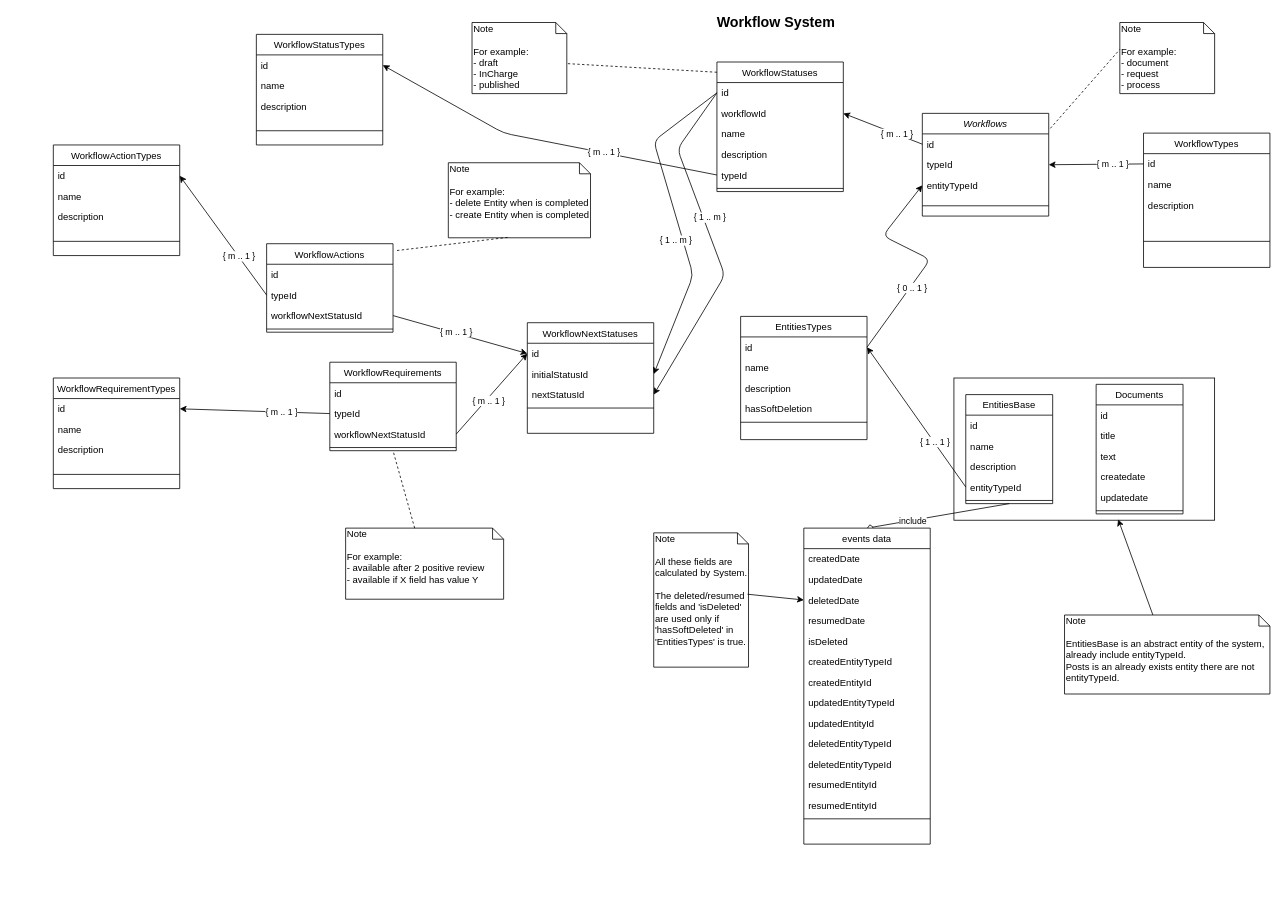
Before: Project/Diagrams/WorkflowSystem.drawio in Magicianred/WorkflowSystem, a draw.io diagram. Source tidied: cells renumbered, new cells numbered last; positions are measured from the earlier drawing's top-left corner, leaving out a move shared by most shapes. Both pictures are drawn from the tidied source at 79%, with x=0, y=0 at pixel (53, 14).
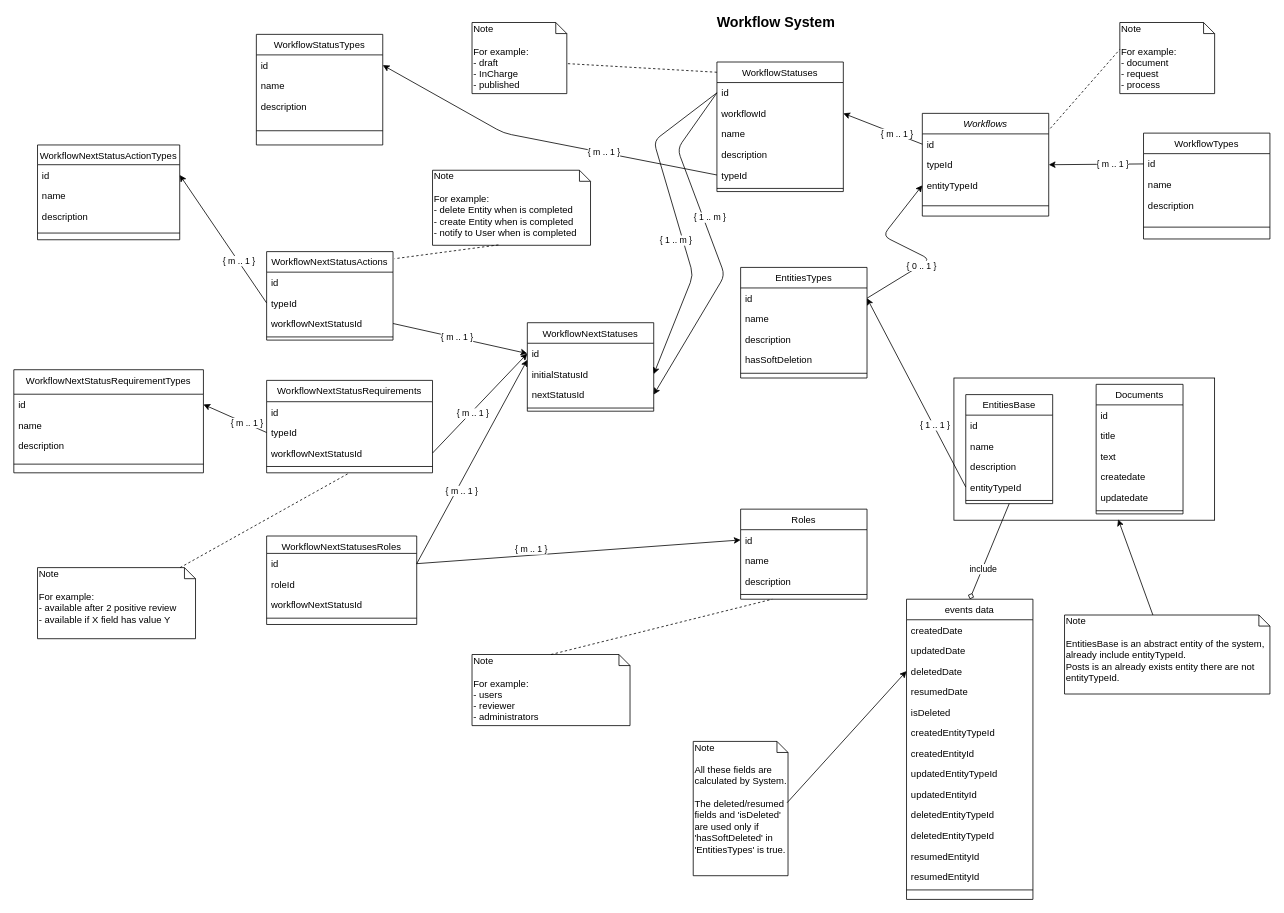
Above is the later version.

Unchanged cells that the change refers to:
```xml
<mxCell id="14" value="id" style="text;align=left;verticalAlign=top;spacingLeft=4;spacingRight=4;overflow=hidden;points=[[0,0.5],[1,0.5]];portConstraint=eastwest;" parent="13" vertex="1">
  <mxGeometry y="26" width="160" height="26" as="geometry" />
</mxCell>
<mxCell id="28" value="typeId" style="text;align=left;verticalAlign=top;spacingLeft=4;spacingRight=4;overflow=hidden;points=[[0,0.5],[1,0.5]];portConstraint=eastwest;rounded=0;shadow=0;html=0;" parent="23" vertex="1">
  <mxGeometry y="130" width="160" height="26" as="geometry" />
</mxCell>
<mxCell id="62" value="id" style="text;align=left;verticalAlign=top;spacingLeft=4;spacingRight=4;overflow=hidden;points=[[0,0.5],[1,0.5]];portConstraint=eastwest;" parent="61" vertex="1">
  <mxGeometry y="26" width="160" height="26" as="geometry" />
</mxCell>
<mxCell id="102" value="typeId" style="text;align=left;verticalAlign=top;spacingLeft=4;spacingRight=4;overflow=hidden;points=[[0,0.5],[1,0.5]];portConstraint=eastwest;rounded=0;shadow=0;html=0;" parent="100" vertex="1">
  <mxGeometry y="52" width="160" height="26" as="geometry" />
</mxCell>
```

Diff of the diagram source:
```diff
@@
     <mxCell id="8" value="WorkflowTypes" style="swimlane;fontStyle=0;align=center;verticalAlign=top;horizontal=1;startSize=26;rounded=0;shadow=0;strokeWidth=1;" parent="1" vertex="1">
-      <mxGeometry x="1380" y="150" width="160" height="170" as="geometry" />
+      <mxGeometry x="1380" y="150" width="160" height="134" as="geometry" />
     </mxCell>
@@
     <mxCell id="12" style="line;html=1;strokeWidth=1;align=left;verticalAlign=middle;spacingTop=-1;spacingLeft=3;spacingRight=3;labelPosition=right;" parent="8" vertex="1">
-      <mxGeometry y="104" width="160" height="66" as="geometry" />
+      <mxGeometry y="104" width="160" height="30" as="geometry" />
     </mxCell>
@@
-    <mxCell id="18" value="WorkflowActionTypes" style="swimlane;fontStyle=0;align=center;verticalAlign=top;horizontal=1;startSize=26;rounded=0;shadow=0;strokeWidth=1;" parent="1" vertex="1">
-      <mxGeometry y="165" width="160" height="140" as="geometry" />
+    <mxCell id="18" value="WorkflowNextStatusActionTypes" style="swimlane;fontStyle=0;align=center;verticalAlign=top;horizontal=1;startSize=25;rounded=0;shadow=0;strokeWidth=1;" parent="1" vertex="1">
+      <mxGeometry x="-20" y="165" width="180" height="120" as="geometry" />
     </mxCell>
     <mxCell id="19" value="id" style="text;align=left;verticalAlign=top;spacingLeft=4;spacingRight=4;overflow=hidden;points=[[0,0.5],[1,0.5]];portConstraint=eastwest;" parent="18" vertex="1">
-      <mxGeometry y="26" width="160" height="26" as="geometry" />
+      <mxGeometry y="25" width="180" height="26" as="geometry" />
     </mxCell>
     <mxCell id="20" value="name" style="text;align=left;verticalAlign=top;spacingLeft=4;spacingRight=4;overflow=hidden;rounded=0;shadow=0;html=0;" parent="18" vertex="1">
-      <mxGeometry y="52" width="160" height="26" as="geometry" />
+      <mxGeometry y="51" width="180" height="26" as="geometry" />
     </mxCell>
     <mxCell id="21" value="description" style="text;align=left;verticalAlign=top;spacingLeft=4;spacingRight=4;overflow=hidden;rounded=0;shadow=0;html=0;" parent="18" vertex="1">
-      <mxGeometry y="78" width="160" height="26" as="geometry" />
+      <mxGeometry y="77" width="180" height="26" as="geometry" />
     </mxCell>
     <mxCell id="22" style="line;html=1;strokeWidth=1;align=left;verticalAlign=middle;spacingTop=-1;spacingLeft=3;spacingRight=3;labelPosition=right;" parent="18" vertex="1">
-      <mxGeometry y="104" width="160" height="36" as="geometry" />
+      <mxGeometry y="103" width="180" height="17" as="geometry" />
     </mxCell>
@@
     <mxCell id="30" value="Note&lt;br&gt;&lt;br&gt;All these fields are calculated by System.&lt;br&gt;&lt;br&gt;The deleted/resumed fields and 'isDeleted' are used only if 'hasSoftDeleted' in 'EntitiesTypes' is true." style="shape=note;whiteSpace=wrap;html=1;size=14;verticalAlign=top;align=left;spacingTop=-6;" parent="1" vertex="1">
-      <mxGeometry x="760" y="656" width="120" height="170" as="geometry" />
+      <mxGeometry x="810" y="920" width="120" height="170" as="geometry" />
     </mxCell>
@@
     <mxCell id="57" value="Note&lt;br&gt;&lt;br&gt;For example:&lt;br&gt;- available after 2 positive review&lt;br&gt;- available if X field has value Y" style="shape=note;whiteSpace=wrap;html=1;size=14;verticalAlign=top;align=left;spacingTop=-6;" parent="1" vertex="1">
-      <mxGeometry x="370" y="650" width="200" height="90" as="geometry" />
+      <mxGeometry x="-20" y="700" width="200" height="90" as="geometry" />
     </mxCell>
@@
-    <mxCell id="59" value="Note&lt;br&gt;&lt;br&gt;For example:&lt;br&gt;- delete Entity when is completed&lt;br&gt;- create Entity when is completed" style="shape=note;whiteSpace=wrap;html=1;size=14;verticalAlign=top;align=left;spacingTop=-6;" parent="1" vertex="1">
-      <mxGeometry x="500" y="187.5" width="180" height="95" as="geometry" />
+    <mxCell id="59" value="Note&lt;br&gt;&lt;br&gt;For example:&lt;br&gt;- delete Entity when is completed&lt;br&gt;- create Entity when is completed&lt;br&gt;- notify to User when is completed" style="shape=note;whiteSpace=wrap;html=1;size=14;verticalAlign=top;align=left;spacingTop=-6;" parent="1" vertex="1">
+      <mxGeometry x="480" y="197" width="200" height="95" as="geometry" />
     </mxCell>
@@
     <mxCell id="61" value="WorkflowNextStatuses" style="swimlane;fontStyle=0;align=center;verticalAlign=top;horizontal=1;startSize=26;rounded=0;shadow=0;strokeWidth=1;" parent="1" vertex="1">
-      <mxGeometry x="600" y="390" width="160" height="140" as="geometry" />
+      <mxGeometry x="600" y="390" width="160" height="112" as="geometry" />
     </mxCell>
@@
+    <mxCell id="105" style="endArrow=classic;html=1;entryX=1;entryY=0.5;entryDx=0;entryDy=0;exitX=0;exitY=0.5;exitDx=0;exitDy=0;" parent="1" edge="1" source="28" target="14">
+      <mxGeometry relative="1" as="geometry">
+        <Array as="points">
+          <mxPoint x="570" y="150" />
+        </Array>
+      </mxGeometry>
+    </mxCell>
+    <mxCell id="106" value="{ m .. 1 }" style="edgeLabel;html=1;align=center;verticalAlign=middle;" parent="105" vertex="1">
+      <mxGeometry x="-0.35" y="-1" relative="1" as="geometry" />
+    </mxCell>
+    <mxCell id="107" style="endArrow=classic;html=1;entryX=1;entryY=0.5;entryDx=0;entryDy=0;exitX=0;exitY=0.5;exitDx=0;exitDy=0;" parent="1" edge="1" source="102" target="19">
+      <mxGeometry relative="1" as="geometry" />
+    </mxCell>
+    <mxCell id="108" value="{ m .. 1 }" style="edgeLabel;html=1;align=center;verticalAlign=middle;" parent="107" vertex="1">
+      <mxGeometry x="-0.35" y="-1" relative="1" as="geometry" />
+    </mxCell>
+    <mxCell id="109" style="endArrow=classic;html=1;entryX=1;entryY=0.5;entryDx=0;entryDy=0;exitX=0;exitY=0.5;exitDx=0;exitDy=0;" parent="1" edge="1" source="118" target="112">
+      <mxGeometry relative="1" as="geometry" />
+    </mxCell>
+    <mxCell id="110" value="{ m .. 1 }" style="edgeLabel;html=1;align=center;verticalAlign=middle;" parent="109" vertex="1">
+      <mxGeometry x="-0.35" y="-1" relative="1" as="geometry" />
+    </mxCell>
+    <mxCell id="116" value="WorkflowNextStatusRequirements" style="swimlane;fontStyle=0;align=center;verticalAlign=top;horizontal=1;startSize=27;rounded=0;shadow=0;strokeWidth=1;" parent="1" vertex="1">
+      <mxGeometry x="270" y="463" width="210" height="117" as="geometry" />
+    </mxCell>
+    <mxCell id="117" value="id" style="text;align=left;verticalAlign=top;spacingLeft=4;spacingRight=4;overflow=hidden;" parent="116" vertex="1">
+      <mxGeometry y="27" width="210" height="26" as="geometry" />
+    </mxCell>
+    <mxCell id="118" value="typeId" style="text;align=left;verticalAlign=top;spacingLeft=4;spacingRight=4;overflow=hidden;points=[[0,0.5],[1,0.5]];portConstraint=eastwest;rounded=0;shadow=0;html=0;" parent="116" vertex="1">
+      <mxGeometry y="53" width="210" height="26" as="geometry" />
+    </mxCell>
+    <mxCell id="119" value="workflowNextStatusId" style="text;align=left;verticalAlign=top;spacingLeft=4;spacingRight=4;overflow=hidden;points=[[0,0.5],[1,0.5]];portConstraint=eastwest;rounded=0;shadow=0;html=0;" parent="116" vertex="1">
+      <mxGeometry y="79" width="210" height="26" as="geometry" />
+    </mxCell>
+    <mxCell id="120" style="line;html=1;strokeWidth=1;align=left;verticalAlign=middle;spacingTop=-1;spacingLeft=3;spacingRight=3;labelPosition=right;" parent="116" vertex="1">
+      <mxGeometry y="105" width="210" height="8" as="geometry" />
+    </mxCell>
+    <mxCell id="121" style="endArrow=classic;html=1;entryX=0;entryY=0.808;entryDx=0;entryDy=0;exitX=1;exitY=0.5;exitDx=0;exitDy=0;entryPerimeter=0;" parent="1" edge="1" source="133" target="62">
+      <mxGeometry relative="1" as="geometry" />
+    </mxCell>
+    <mxCell id="122" value="{ m .. 1 }" style="edgeLabel;html=1;align=center;verticalAlign=middle;" parent="121" vertex="1">
+      <mxGeometry x="-0.35" y="-1" relative="1" as="geometry">
+        <mxPoint x="10.3" y="-9.9" as="offset" />
+      </mxGeometry>
+    </mxCell>
     <mxCell id="79" value="events data" style="swimlane;fontStyle=0;align=center;verticalAlign=top;horizontal=1;startSize=26;rounded=0;shadow=0;strokeWidth=1;" parent="1" vertex="1">
-      <mxGeometry x="950" y="650" width="160" height="400" as="geometry" />
+      <mxGeometry x="1080" y="740" width="160" height="380" as="geometry" />
     </mxCell>
@@
     <mxCell id="94" value="EntitiesTypes" style="swimlane;fontStyle=0;align=center;verticalAlign=top;horizontal=1;startSize=26;rounded=0;shadow=0;strokeWidth=1;" parent="1" vertex="1">
-      <mxGeometry x="870" y="382" width="160" height="156" as="geometry" />
+      <mxGeometry x="870" y="320" width="160" height="140" as="geometry" />
     </mxCell>
@@
+    <mxCell id="123" value="Roles" style="swimlane;fontStyle=0;align=center;verticalAlign=top;horizontal=1;startSize=26;rounded=0;shadow=0;strokeWidth=1;" parent="1" vertex="1">
+      <mxGeometry x="870" y="626" width="160" height="114" as="geometry" />
+    </mxCell>
+    <mxCell id="124" value="id" style="text;align=left;verticalAlign=top;spacingLeft=4;spacingRight=4;overflow=hidden;points=[[0,0.5],[1,0.5]];portConstraint=eastwest;" parent="123" vertex="1">
+      <mxGeometry y="26" width="160" height="26" as="geometry" />
+    </mxCell>
+    <mxCell id="125" value="name" style="text;align=left;verticalAlign=top;spacingLeft=4;spacingRight=4;overflow=hidden;rounded=0;shadow=0;html=0;" parent="123" vertex="1">
+      <mxGeometry y="52" width="160" height="26" as="geometry" />
+    </mxCell>
+    <mxCell id="126" value="description" style="text;align=left;verticalAlign=top;spacingLeft=4;spacingRight=4;overflow=hidden;rounded=0;shadow=0;html=0;" parent="123" vertex="1">
+      <mxGeometry y="78" width="160" height="26" as="geometry" />
+    </mxCell>
+    <mxCell id="127" style="line;html=1;strokeWidth=1;align=left;verticalAlign=middle;spacingTop=-1;spacingLeft=3;spacingRight=3;labelPosition=right;" parent="123" vertex="1">
+      <mxGeometry y="104" width="160" height="8" as="geometry" />
+    </mxCell>
+    <mxCell id="128" style="endArrow=classic;html=1;entryX=0;entryY=0.5;entryDx=0;entryDy=0;exitX=1;exitY=0.5;exitDx=0;exitDy=0;" parent="1" edge="1" source="133" target="124">
+      <mxGeometry relative="1" as="geometry" />
+    </mxCell>
+    <mxCell id="129" value="{ m .. 1 }" style="edgeLabel;html=1;align=center;verticalAlign=middle;" parent="128" vertex="1">
+      <mxGeometry x="-0.35" y="-1" relative="1" as="geometry">
+        <mxPoint x="10.3" y="-9.9" as="offset" />
+      </mxGeometry>
+    </mxCell>
+    <mxCell id="130" value="Note&lt;br&gt;&lt;br&gt;For example:&lt;br&gt;- users&lt;br&gt;- reviewer&lt;br&gt;- administrators" style="shape=note;whiteSpace=wrap;html=1;size=14;verticalAlign=top;align=left;spacingTop=-6;" parent="1" vertex="1">
+      <mxGeometry x="530" y="810" width="200" height="90" as="geometry" />
+    </mxCell>
+    <mxCell id="131" style="endArrow=none;dashed=1;html=1;entryX=0.25;entryY=1;entryDx=0;entryDy=0;exitX=0.5;exitY=0;exitDx=0;exitDy=0;exitPerimeter=0;" parent="1" edge="1" source="130" target="123">
+      <mxGeometry relative="1" as="geometry" />
+    </mxCell>
-    <mxCell id="100" value="WorkflowActions" style="swimlane;fontStyle=0;align=center;verticalAlign=top;horizontal=1;startSize=26;rounded=0;shadow=0;strokeWidth=1;" parent="1" vertex="1">
-      <mxGeometry x="270" y="290" width="160" height="112" as="geometry" />
+    <mxCell id="100" value="WorkflowNextStatusActions" style="swimlane;fontStyle=0;align=center;verticalAlign=top;horizontal=1;startSize=26;rounded=0;shadow=0;strokeWidth=1;" parent="1" vertex="1">
+      <mxGeometry x="270" y="300" width="160" height="112" as="geometry" />
     </mxCell>
@@
-    <mxCell id="105" style="endArrow=classic;html=1;entryX=1;entryY=0.5;entryDx=0;entryDy=0;exitX=0;exitY=0.5;exitDx=0;exitDy=0;" parent="1" edge="1" source="28" target="14">
-      <mxGeometry relative="1" as="geometry">
-        <Array as="points">
-          <mxPoint x="570" y="150" />
-        </Array>
-      </mxGeometry>
-    </mxCell>
-    <mxCell id="106" value="{ m .. 1 }" style="edgeLabel;html=1;align=center;verticalAlign=middle;" parent="105" vertex="1">
-      <mxGeometry x="-0.35" y="-1" relative="1" as="geometry" />
-    </mxCell>
-    <mxCell id="107" style="endArrow=classic;html=1;entryX=1;entryY=0.5;entryDx=0;entryDy=0;exitX=0;exitY=0.5;exitDx=0;exitDy=0;" parent="1" edge="1" source="102" target="19">
-      <mxGeometry relative="1" as="geometry" />
-    </mxCell>
-    <mxCell id="108" value="{ m .. 1 }" style="edgeLabel;html=1;align=center;verticalAlign=middle;" parent="107" vertex="1">
-      <mxGeometry x="-0.35" y="-1" relative="1" as="geometry" />
-    </mxCell>
-    <mxCell id="109" style="endArrow=classic;html=1;entryX=1;entryY=0.5;entryDx=0;entryDy=0;exitX=0;exitY=0.5;exitDx=0;exitDy=0;" parent="1" edge="1" source="118" target="112">
-      <mxGeometry relative="1" as="geometry" />
-    </mxCell>
-    <mxCell id="110" value="{ m .. 1 }" style="edgeLabel;html=1;align=center;verticalAlign=middle;" parent="109" vertex="1">
-      <mxGeometry x="-0.35" y="-1" relative="1" as="geometry" />
-    </mxCell>
-    <mxCell id="111" value="WorkflowRequirementTypes" style="swimlane;fontStyle=0;align=center;verticalAlign=top;horizontal=1;startSize=26;rounded=0;shadow=0;strokeWidth=1;" parent="1" vertex="1">
-      <mxGeometry y="460" width="160" height="140" as="geometry" />
+    <mxCell id="111" value="WorkflowNextStatusRequirementTypes" style="swimlane;fontStyle=0;align=center;verticalAlign=top;horizontal=1;startSize=31;rounded=0;shadow=0;strokeWidth=1;" parent="1" vertex="1">
+      <mxGeometry x="-50" y="449.5" width="240" height="130.5" as="geometry" />
     </mxCell>
     <mxCell id="112" value="id" style="text;align=left;verticalAlign=top;spacingLeft=4;spacingRight=4;overflow=hidden;points=[[0,0.5],[1,0.5]];portConstraint=eastwest;" parent="111" vertex="1">
-      <mxGeometry y="26" width="160" height="26" as="geometry" />
+      <mxGeometry y="31" width="240" height="26" as="geometry" />
     </mxCell>
     <mxCell id="113" value="name" style="text;align=left;verticalAlign=top;spacingLeft=4;spacingRight=4;overflow=hidden;rounded=0;shadow=0;html=0;" parent="111" vertex="1">
-      <mxGeometry y="52" width="160" height="26" as="geometry" />
+      <mxGeometry y="57" width="240" height="26" as="geometry" />
     </mxCell>
     <mxCell id="114" value="description" style="text;align=left;verticalAlign=top;spacingLeft=4;spacingRight=4;overflow=hidden;rounded=0;shadow=0;html=0;" parent="111" vertex="1">
-      <mxGeometry y="78" width="160" height="26" as="geometry" />
+      <mxGeometry y="83" width="240" height="26" as="geometry" />
     </mxCell>
     <mxCell id="115" style="line;html=1;strokeWidth=1;align=left;verticalAlign=middle;spacingTop=-1;spacingLeft=3;spacingRight=3;labelPosition=right;" parent="111" vertex="1">
-      <mxGeometry y="104" width="160" height="36" as="geometry" />
+      <mxGeometry y="109" width="240" height="21" as="geometry" />
     </mxCell>
-    <mxCell id="116" value="WorkflowRequirements" style="swimlane;fontStyle=0;align=center;verticalAlign=top;horizontal=1;startSize=26;rounded=0;shadow=0;strokeWidth=1;" parent="1" vertex="1">
-      <mxGeometry x="350" y="440" width="160" height="112" as="geometry" />
-    </mxCell>
-    <mxCell id="117" value="id" style="text;align=left;verticalAlign=top;spacingLeft=4;spacingRight=4;overflow=hidden;" parent="116" vertex="1">
-      <mxGeometry y="26" width="160" height="26" as="geometry" />
-    </mxCell>
-    <mxCell id="118" value="typeId" style="text;align=left;verticalAlign=top;spacingLeft=4;spacingRight=4;overflow=hidden;points=[[0,0.5],[1,0.5]];portConstraint=eastwest;rounded=0;shadow=0;html=0;" parent="116" vertex="1">
-      <mxGeometry y="52" width="160" height="26" as="geometry" />
-    </mxCell>
-    <mxCell id="119" value="workflowNextStatusId" style="text;align=left;verticalAlign=top;spacingLeft=4;spacingRight=4;overflow=hidden;points=[[0,0.5],[1,0.5]];portConstraint=eastwest;rounded=0;shadow=0;html=0;" parent="116" vertex="1">
-      <mxGeometry y="78" width="160" height="26" as="geometry" />
-    </mxCell>
-    <mxCell id="120" style="line;html=1;strokeWidth=1;align=left;verticalAlign=middle;spacingTop=-1;spacingLeft=3;spacingRight=3;labelPosition=right;" parent="116" vertex="1">
-      <mxGeometry y="104" width="160" height="8" as="geometry" />
-    </mxCell>
+    <mxCell id="132" value="WorkflowNextStatusesRoles" style="swimlane;fontStyle=0;align=center;verticalAlign=top;horizontal=1;startSize=22;rounded=0;shadow=0;strokeWidth=1;" parent="1" vertex="1">
+      <mxGeometry x="270" y="660" width="190" height="112" as="geometry" />
+    </mxCell>
+    <mxCell id="133" value="id" style="text;align=left;verticalAlign=top;spacingLeft=4;spacingRight=4;overflow=hidden;points=[[0,0.5],[1,0.5]];portConstraint=eastwest;" parent="132" vertex="1">
+      <mxGeometry y="22" width="190" height="26" as="geometry" />
+    </mxCell>
+    <mxCell id="134" value="roleId" style="text;align=left;verticalAlign=top;spacingLeft=4;spacingRight=4;overflow=hidden;rounded=0;shadow=0;html=0;" parent="132" vertex="1">
+      <mxGeometry y="48" width="190" height="26" as="geometry" />
+    </mxCell>
+    <mxCell id="135" value="workflowNextStatusId" style="text;align=left;verticalAlign=top;spacingLeft=4;spacingRight=4;overflow=hidden;rounded=0;shadow=0;html=0;" parent="132" vertex="1">
+      <mxGeometry y="74" width="190" height="26" as="geometry" />
+    </mxCell>
+    <mxCell id="136" style="line;html=1;strokeWidth=1;align=left;verticalAlign=middle;spacingTop=-1;spacingLeft=3;spacingRight=3;labelPosition=right;" parent="132" vertex="1">
+      <mxGeometry y="100" width="190" height="8" as="geometry" />
+    </mxCell>
```
